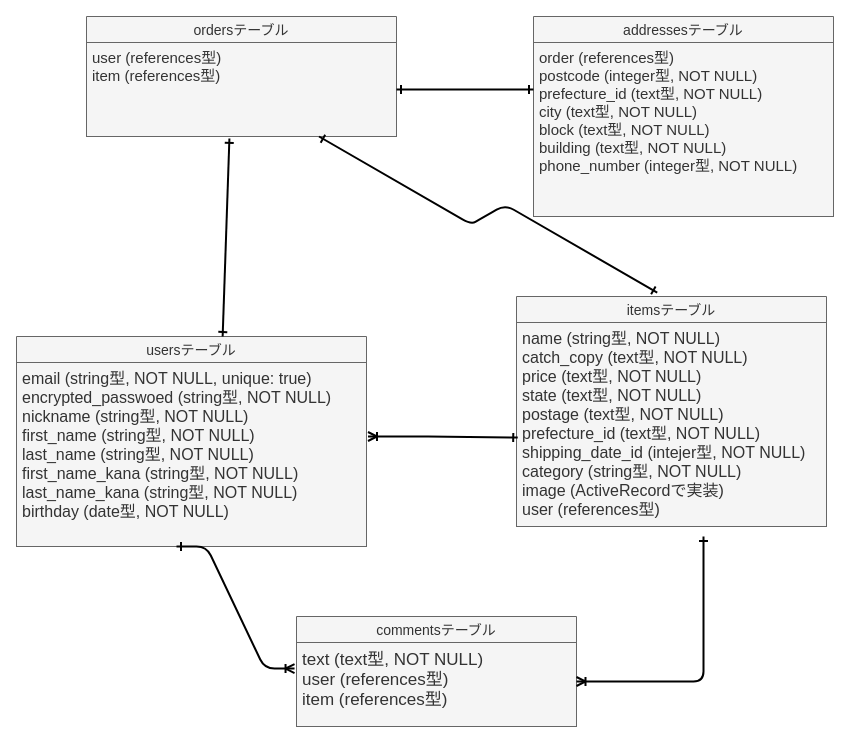
The draw.io diagram furima.dio in yugotokonami/furima-36388, before the edit. Source tidied: cells renumbered, new cells numbered last; positions are measured from the earlier drawing's top-left corner, leaving out a move shared by most shapes. Both pictures are drawn from the tidied source at 100%, with x=0, y=0 at pixel (16, 16).
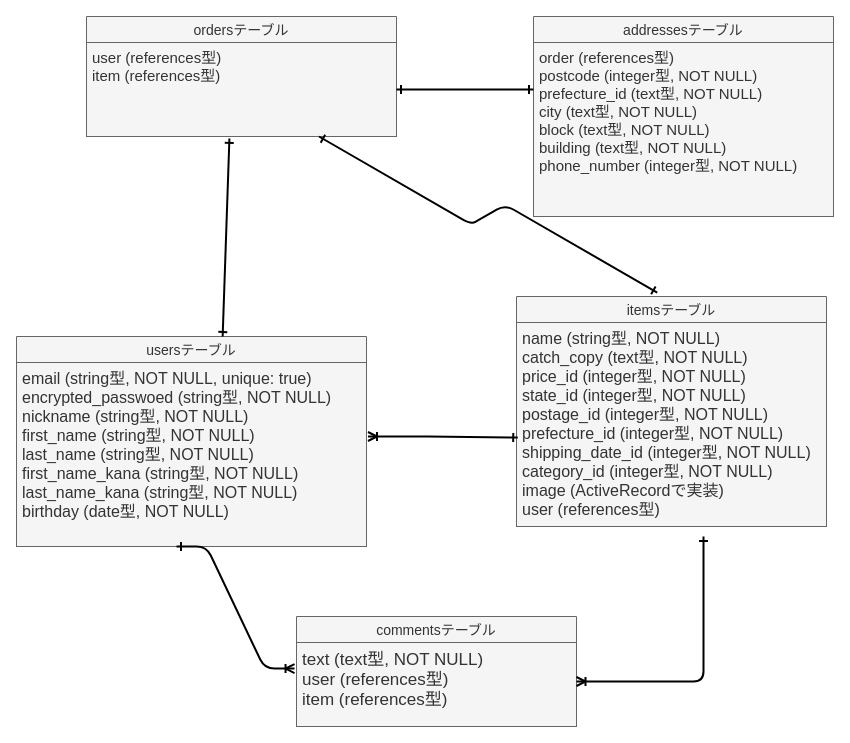
The same page after the edit.

Commit message:
ER図とREADMEの編集3.5

Unchanged cells that the change refers to:
```xml
<mxCell id="4" value="itemsテーブル" style="swimlane;fontStyle=0;horizontal=1;startSize=26;align=center;fontSize=14;fillColor=#f5f5f5;strokeColor=#666666;fontColor=#333333;" parent="1" vertex="1">
  <mxGeometry x="500" y="280" width="310" height="230" as="geometry" />
</mxCell>
```

What changed in the source:
```diff
@@
-    <mxCell id="5" value="name (string型, NOT NULL)&#10;catch_copy (text型, NOT NULL)&#10;price (text型, NOT NULL)&#10;state (text型, NOT NULL)&#10;postage (text型, NOT NULL)&#10;prefecture_id (text型, NOT NULL)&#10;shipping_date_id (intejer型, NOT NULL)&#10;category (string型, NOT NULL)&#10;image (ActiveRecordで実装)&#10;user (references型)" style="text;strokeColor=#666666;fillColor=#f5f5f5;spacingLeft=4;spacingRight=4;overflow=hidden;points=[[0,0.5],[1,0.5]];portConstraint=eastwest;fontSize=16;strokeWidth=1;fontColor=#333333;" parent="4" vertex="1">
+    <mxCell id="5" value="name (string型, NOT NULL)&#10;catch_copy (text型, NOT NULL)&#10;price_id (integer型, NOT NULL)&#10;state_id (integer型, NOT NULL)&#10;postage_id (integer型, NOT NULL)&#10;prefecture_id (integer型, NOT NULL)&#10;shipping_date_id (integer型, NOT NULL)&#10;category_id (integer型, NOT NULL)&#10;image (ActiveRecordで実装)&#10;user (references型)" style="text;strokeColor=#666666;fillColor=#f5f5f5;spacingLeft=4;spacingRight=4;overflow=hidden;points=[[0,0.5],[1,0.5]];portConstraint=eastwest;fontSize=16;strokeWidth=1;fontColor=#333333;" parent="4" vertex="1">
       <mxGeometry y="26" width="310" height="204" as="geometry" />
     </mxCell>
```
